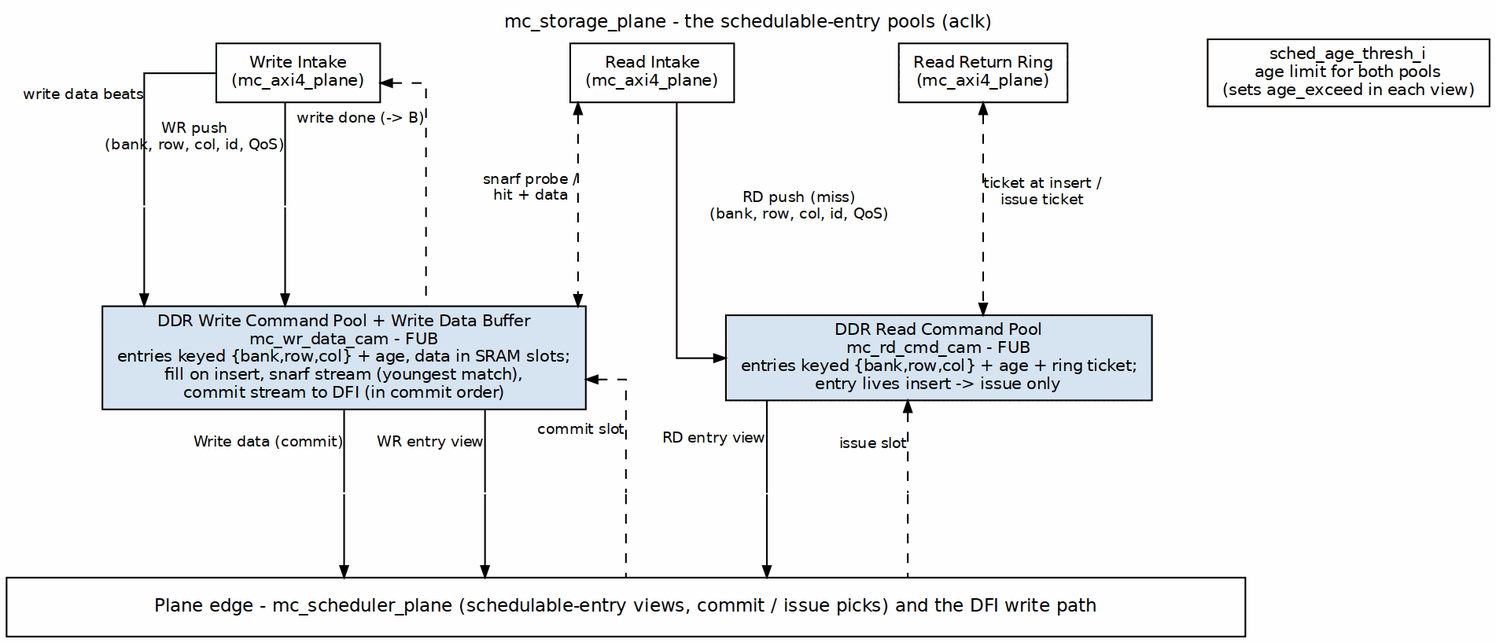
Before: projects/components/mem-ctrl-ip/common-ip/docs/common_mas/assets/graphviz/02_mc_storage_plane.png, a diagram exported from Graphviz (sean-galloway/RTLDesignSherpa). Its source is kept beside it as projects/components/mem-ctrl-ip/common-ip/docs/common_mas/assets/graphviz/02_mc_storage_plane.dot.
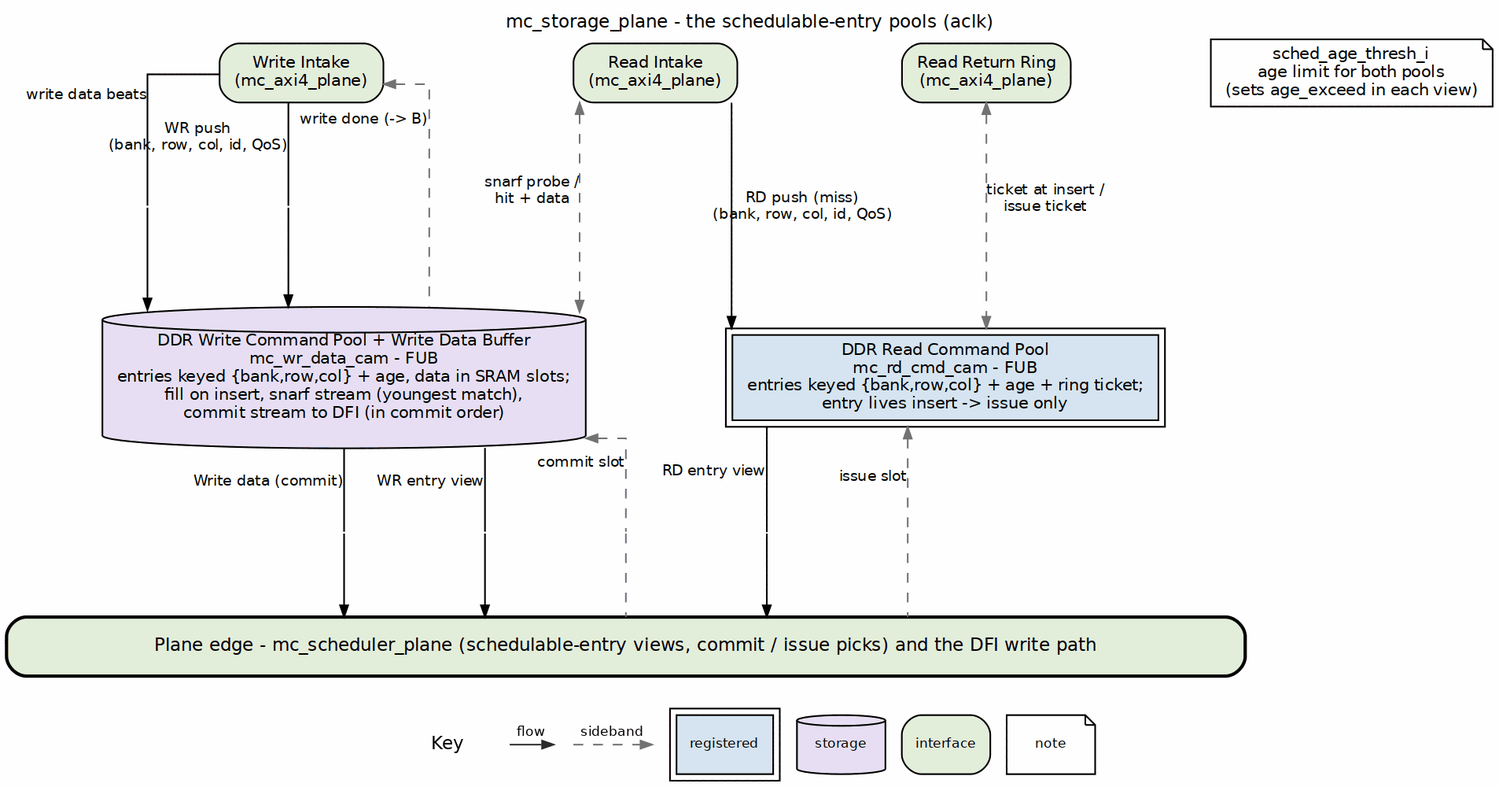
Above is the later version.

Change to the diagram source:
```diff
@@ -4,20 +4,20 @@
            label="mc_storage_plane - the schedulable-entry pools (aclk)",
            labelloc=t, labeljust=c];
     node  [fontname="Helvetica", fontsize=10, shape=box, style=filled,
-           fillcolor="#D6E4F0", color="black", margin="0.12,0.06"];
+           fillcolor="white", color="black", margin="0.12,0.06"];
     edge  [fontname="Helvetica", fontsize=9, color="black", arrowsize=0.7];
 
-    p_wr   [label="Write Intake\n(mc_axi4_plane)", fillcolor="white"];
-    p_rd   [label="Read Intake\n(mc_axi4_plane)", fillcolor="white"];
-    p_ring [label="Read Return Ring\n(mc_axi4_plane)", fillcolor="white"];
+    p_wr   [label="Write Intake\n(mc_axi4_plane)", fillcolor="white", style="rounded,filled", fillcolor="#E2EFDA"];
+    p_rd   [label="Read Intake\n(mc_axi4_plane)", fillcolor="white", style="rounded,filled", fillcolor="#E2EFDA"];
+    p_ring [label="Read Return Ring\n(mc_axi4_plane)", fillcolor="white", style="rounded,filled", fillcolor="#E2EFDA"];
 
-    wr_cam [label="DDR Write Command Pool + Write Data Buffer\nmc_wr_data_cam - FUB\nentries keyed {bank,row,col} + age, data in SRAM slots;\nfill on insert, snarf stream (youngest match),\ncommit stream to DFI (in commit order)"];
-    rd_cam [label="DDR Read Command Pool\nmc_rd_cmd_cam - FUB\nentries keyed {bank,row,col} + age + ring ticket;\nentry lives insert -> issue only"];
+    wr_cam [label="DDR Write Command Pool + Write Data Buffer\nmc_wr_data_cam - FUB\nentries keyed {bank,row,col} + age, data in SRAM slots;\nfill on insert, snarf stream (youngest match),\ncommit stream to DFI (in commit order)", shape=cylinder, style="filled", fillcolor="#E8DFF5"];
+    rd_cam [label="DDR Read Command Pool\nmc_rd_cmd_cam - FUB\nentries keyed {bank,row,col} + age + ring ticket;\nentry lives insert -> issue only", peripheries=2, style="filled", fillcolor="#D6E4F0"];
 
-    cfg [label="sched_age_thresh_i\nage limit for both pools\n(sets age_exceed in each view)", fillcolor="white"];
+    cfg [label="sched_age_thresh_i\nage limit for both pools\n(sets age_exceed in each view)", fillcolor="white", shape=note];
 
     bar [label="Plane edge - mc_scheduler_plane (schedulable-entry views, commit / issue picks) and the DFI write path",
-         fillcolor="white", width=10.5, height=0.5, fontsize=11];
+         fillcolor="white", width=10.5, height=0.5, fontsize=11, style="rounded,filled,bold", fillcolor="#E2EFDA"];
 
     node [shape=point, width=0.01, height=0.01, label="", style=invis];
     t_wd; t_wc; t_done;
@@ -28,24 +28,24 @@
     t_wc -> wr_cam;
     p_wr -> t_wd   [dir=none, xlabel="write data beats"];
     t_wd -> wr_cam;
-    p_wr -> t_done [dir=back, style=dashed, xlabel="write done (-> B)"];
-    t_done -> wr_cam [dir=none, style=dashed];
+    p_wr -> t_done [dir=back, style=dashed, color="#777777", xlabel="write done (-> B)"];
+    t_done -> wr_cam [dir=none, style=dashed, color="#777777"];
 
-    p_rd -> wr_cam [dir=both, style=dashed, xlabel="snarf probe /\nhit + data"];
+    p_rd -> wr_cam [dir=both, style=dashed, color="#777777", xlabel="snarf probe /\nhit + data"];
 
     p_rd   -> rd_cam [label="RD push (miss)\n(bank, row, col, id, QoS)"];
-    p_ring -> rd_cam [dir=both, style=dashed, xlabel="ticket at insert /\nissue ticket"];
+    p_ring -> rd_cam [dir=both, style=dashed, color="#777777", xlabel="ticket at insert /\nissue ticket"];
 
     wr_cam -> b_wd [dir=none, xlabel="Write data (commit)"];
     b_wd -> bar;
     wr_cam -> b_wv [dir=none, xlabel="WR entry view"];
     b_wv -> bar;
-    wr_cam -> b_wc [dir=back, style=dashed, xlabel="commit slot"];
-    b_wc -> bar   [dir=none, style=dashed];
+    wr_cam -> b_wc [dir=back, style=dashed, color="#777777", xlabel="commit slot"];
+    b_wc -> bar   [dir=none, style=dashed, color="#777777"];
     rd_cam -> b_rv [dir=none, xlabel="RD entry view"];
     b_rv -> bar;
-    rd_cam -> b_ri [dir=back, style=dashed, xlabel="issue slot"];
-    b_ri -> bar   [dir=none, style=dashed];
+    rd_cam -> b_ri [dir=back, style=dashed, color="#777777", xlabel="issue slot"];
+    b_ri -> bar   [dir=none, style=dashed, color="#777777"];
 
     { rank=same; p_wr; p_rd; p_ring; cfg; }
     { rank=same; t_wd; t_wc; t_done; }
```
